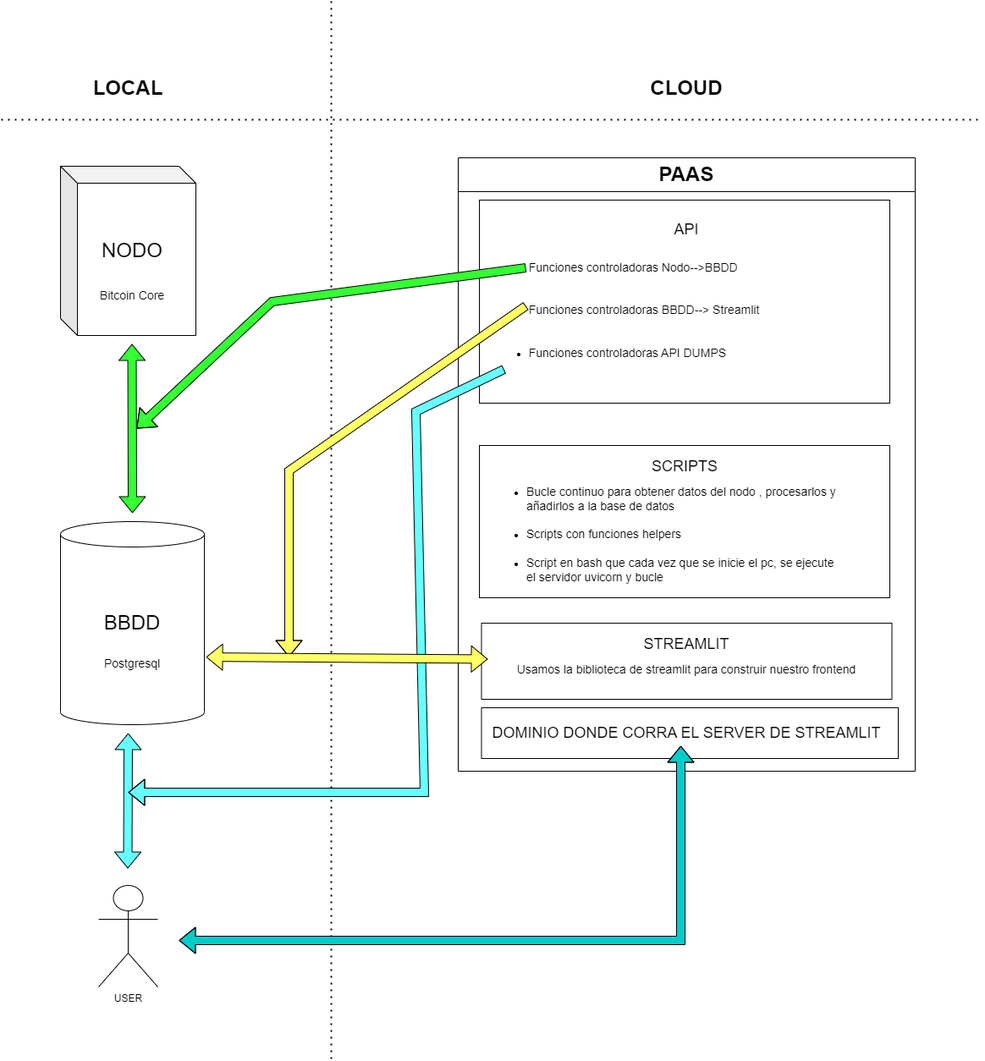
Block-Mole/diagrams keeps this draw.io diagram as nodeanalytica.drawio.png. Above is the earlier version. Source tidied: cells renumbered, new cells last; positions are measured from the earlier drawing's top-left corner, leaving out a move shared by most shapes.
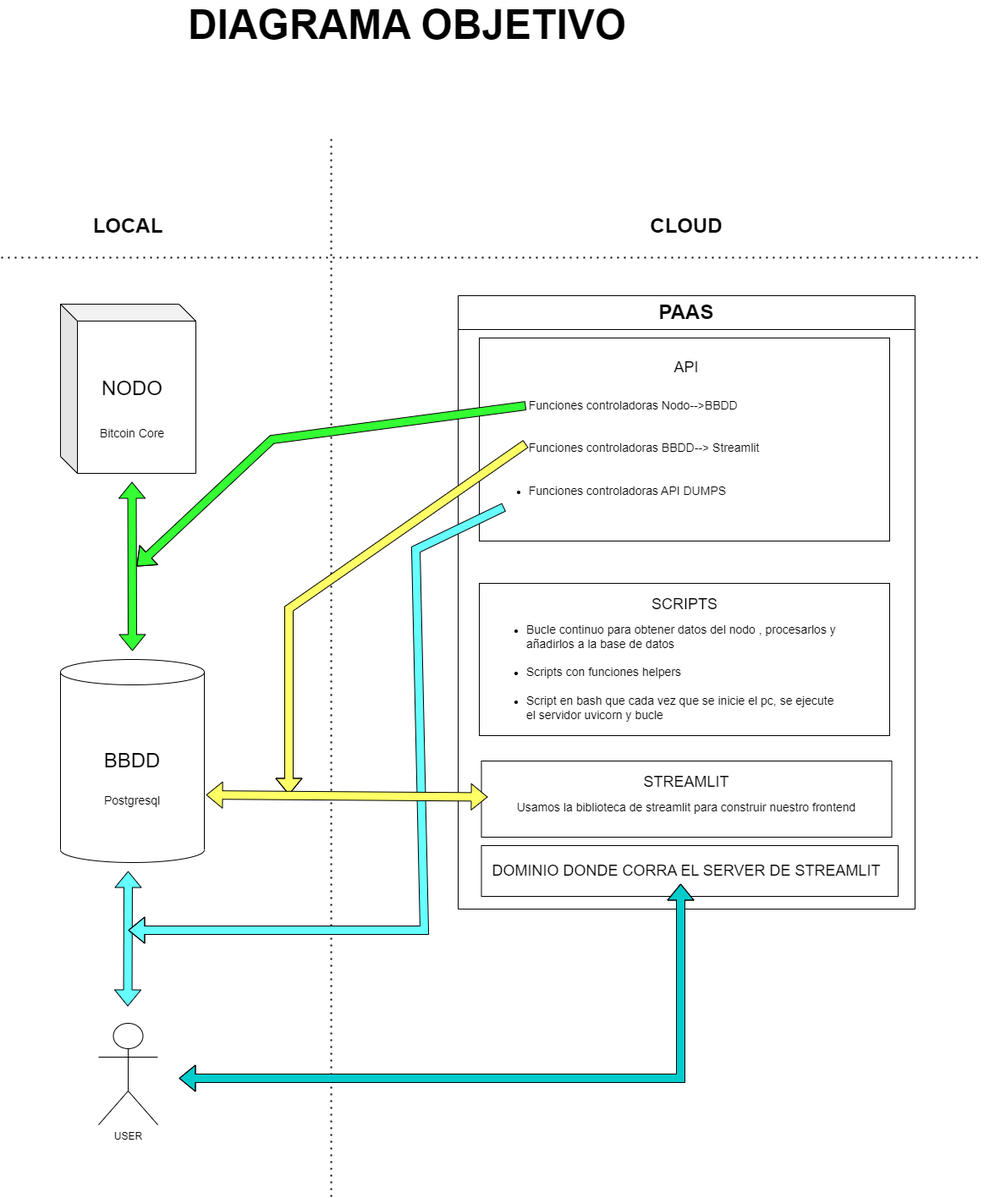
Above is the later version.

Diff of the diagram source:
```diff
@@ -130,5 +130,8 @@
     <mxCell id="32" style="shape=flexArrow;endArrow=classic;startArrow=classic;html=1;rounded=0;entryX=0;entryY=0.25;entryDx=0;entryDy=0;fillColor=#FFFF66;exitX=1.012;exitY=0.667;exitDx=0;exitDy=0;exitPerimeter=0;" parent="1" edge="1" source="3" target="20">
       <mxGeometry relative="1" as="geometry" />
     </mxCell>
+    <mxCell id="33" value="&lt;font style=&quot;font-size: 48px;&quot;&gt;&lt;b style=&quot;&quot;&gt;DIAGRAMA OBJETIVO&lt;/b&gt;&lt;/font&gt;" style="text;html=1;strokeColor=none;fillColor=none;align=center;verticalAlign=middle;whiteSpace=wrap;rounded=0;" parent="1" vertex="1">
+      <mxGeometry x="150" y="-150" width="660" height="30" as="geometry" />
+    </mxCell>
   </root>
 </mxGraphModel>
```
